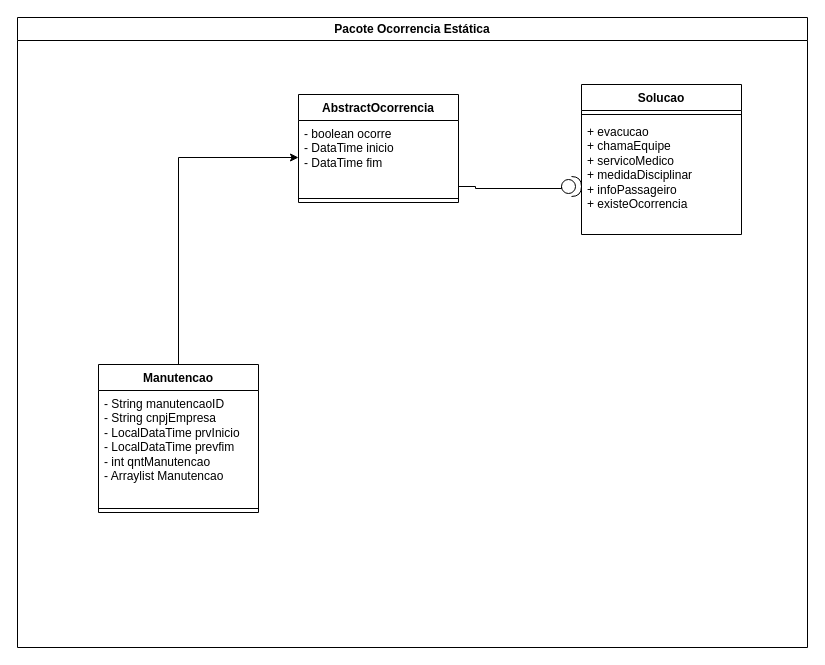
Above: page "Ocorrencia Estática" (1 of 4) of modelagemMalhaFerroviaria.drawio in mariaalicen/DiagramasUML (draw.io), before the change. Source tidied: cells renumbered, new cells numbered last; positions are measured from the earlier drawing's top-left corner, leaving out a move shared by most shapes. Both pictures are drawn from the tidied source at 100%, with x=0, y=0 at pixel (17, 17).
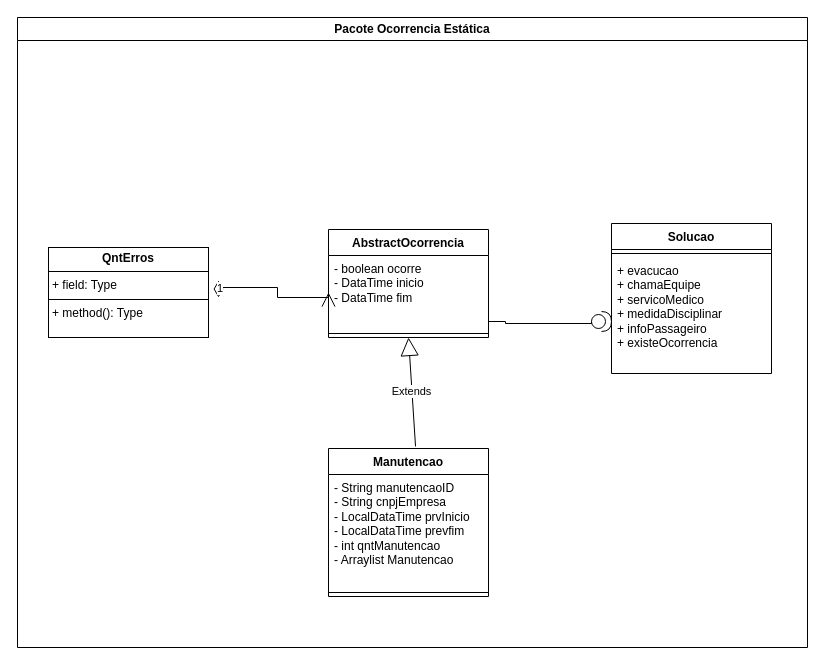
The same diagram, later.

The change refers to these unchanged cells:
```xml
<mxCell id="11" value="- boolean ocorre&amp;nbsp;&lt;div&gt;- DataTime inicio&amp;nbsp;&lt;/div&gt;&lt;div&gt;- DataTime fim&lt;span style=&quot;background-color: initial;&quot;&gt;&amp;nbsp;&lt;/span&gt;&lt;/div&gt;" style="text;strokeColor=none;fillColor=none;align=left;verticalAlign=top;spacingLeft=4;spacingRight=4;overflow=hidden;points=[[0,0.5],[1,0.5]];portConstraint=eastwest;whiteSpace=wrap;html=1;" parent="10" vertex="1">
  <mxGeometry y="26" width="160" height="74" as="geometry" />
</mxCell>
```

The edit, as a diff of the source:
```diff
@@
+    <mxCell id="5" value="Pacote Ocorrencia Estática" style="swimlane;whiteSpace=wrap;html=1;" parent="1" vertex="1">
+      <mxGeometry width="790" height="630" as="geometry" />
+    </mxCell>
-    <mxCell id="2" value="Solucao" style="swimlane;fontStyle=1;align=center;verticalAlign=top;horizontal=1;startSize=26;whiteSpace=wrap;html=1;" parent="1" vertex="1">
-      <mxGeometry x="564" y="67" width="160" height="150" as="geometry" />
+    <mxCell id="2" value="Solucao" style="swimlane;fontStyle=1;align=center;verticalAlign=top;horizontal=1;startSize=26;whiteSpace=wrap;html=1;" parent="5" vertex="1">
+      <mxGeometry x="594" y="206" width="160" height="150" as="geometry" />
     </mxCell>
@@
-    <mxCell id="5" value="Pacote Ocorrencia Estática" style="swimlane;whiteSpace=wrap;html=1;" parent="1" vertex="1">
-      <mxGeometry width="790" height="630" as="geometry" />
-    </mxCell>
-    <mxCell id="6" style="edgeStyle=orthogonalEdgeStyle;rounded=0;jettySize=auto;html=1;exitX=0.5;exitY=0;exitDx=0;exitDy=0;" parent="5" edge="1" source="7" target="11">
-      <mxGeometry relative="1" as="geometry" />
-    </mxCell>
     <mxCell id="7" value="Manutencao" style="swimlane;fontStyle=1;align=center;verticalAlign=top;horizontal=1;startSize=26;whiteSpace=wrap;html=1;" parent="5" vertex="1">
-      <mxGeometry x="81" y="347" width="160" height="148" as="geometry" />
+      <mxGeometry x="311" y="431" width="160" height="148" as="geometry" />
     </mxCell>
@@
     <mxCell id="10" value="AbstractOcorrencia" style="swimlane;fontStyle=1;align=center;verticalAlign=top;horizontal=1;startSize=26;whiteSpace=wrap;html=1;" parent="5" vertex="1">
-      <mxGeometry x="281" y="77" width="160" height="108" as="geometry" />
+      <mxGeometry x="311" y="212" width="160" height="108" as="geometry" />
     </mxCell>
@@
     <mxCell id="13" style="shape=providedRequiredInterface;html=1;verticalLabelPosition=bottom;sketch=0;" parent="5" vertex="1">
-      <mxGeometry x="544" y="159" width="20" height="20" as="geometry" />
+      <mxGeometry x="574" y="294" width="20" height="20" as="geometry" />
     </mxCell>
     <mxCell id="14" style="edgeStyle=orthogonalEdgeStyle;rounded=0;jettySize=auto;html=1;exitX=0;exitY=0.5;exitDx=0;exitDy=0;exitPerimeter=0;entryX=1;entryY=0.5;entryDx=0;entryDy=0;endArrow=none;endFill=0;" parent="5" edge="1" source="13" target="11">
       <mxGeometry relative="1" as="geometry">
         <Array as="points">
-          <mxPoint x="544" y="171" />
-          <mxPoint x="458" y="171" />
-          <mxPoint x="458" y="169" />
+          <mxPoint x="574" y="306" />
+          <mxPoint x="488" y="306" />
+          <mxPoint x="488" y="304" />
         </Array>
       </mxGeometry>
     </mxCell>
+    <mxCell id="15" value="&lt;p style=&quot;margin:0px;margin-top:4px;text-align:center;&quot;&gt;&lt;b&gt;QntErros&lt;/b&gt;&lt;/p&gt;&lt;hr size=&quot;1&quot; style=&quot;border-style:solid;&quot;&gt;&lt;p style=&quot;margin:0px;margin-left:4px;&quot;&gt;+ field: Type&lt;/p&gt;&lt;hr size=&quot;1&quot; style=&quot;border-style:solid;&quot;&gt;&lt;p style=&quot;margin:0px;margin-left:4px;&quot;&gt;+ method(): Type&lt;/p&gt;" style="verticalAlign=top;align=left;overflow=fill;html=1;whiteSpace=wrap;" parent="5" vertex="1">
+      <mxGeometry x="31" y="230" width="160" height="90" as="geometry" />
+    </mxCell>
+    <mxCell id="16" value="1" style="endArrow=open;html=1;endSize=12;startArrow=diamondThin;startSize=14;startFill=0;edgeStyle=orthogonalEdgeStyle;align=left;verticalAlign=bottom;rounded=0;entryX=0;entryY=0.5;entryDx=0;entryDy=0;" parent="5" edge="1" target="11">
+      <mxGeometry x="-1" y="3" relative="1" as="geometry">
+        <mxPoint x="201" y="280" as="sourcePoint" />
+        <Array as="points">
+          <mxPoint x="201" y="270" />
+          <mxPoint x="260" y="270" />
+          <mxPoint x="260" y="280" />
+          <mxPoint x="311" y="280" />
+        </Array>
+      </mxGeometry>
+    </mxCell>
+    <mxCell id="17" value="Extends" style="endArrow=block;endSize=16;endFill=0;html=1;rounded=0;exitX=0.544;exitY=-0.014;exitDx=0;exitDy=0;exitPerimeter=0;entryX=0.5;entryY=1;entryDx=0;entryDy=0;" parent="5" edge="1" source="7" target="10">
+      <mxGeometry relative="1" as="geometry" />
+    </mxCell>
```
